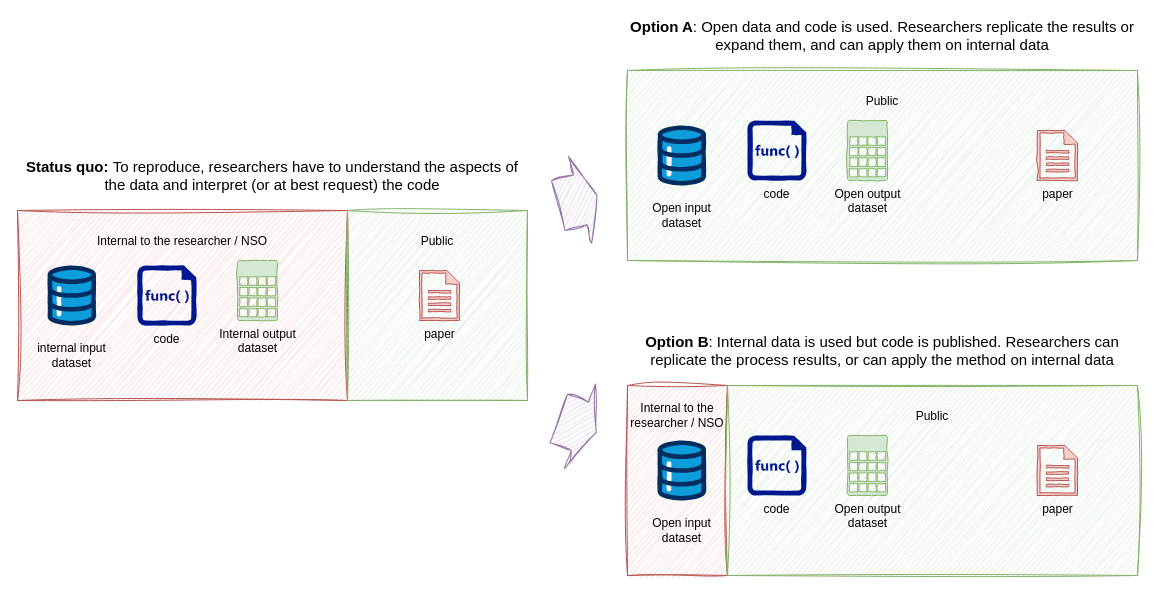
The draw.io diagram docs/images/reserarch-objects.drawio in UN-Task-Team-for-Scanner-Data/reproducibility-project, before the edit. Source tidied: cells renumbered, new cells numbered last; positions are measured from the earlier drawing's top-left corner, leaving out a move shared by most shapes. Both pictures are drawn from the tidied source at 100%, with x=0, y=0 at pixel (17, 20).
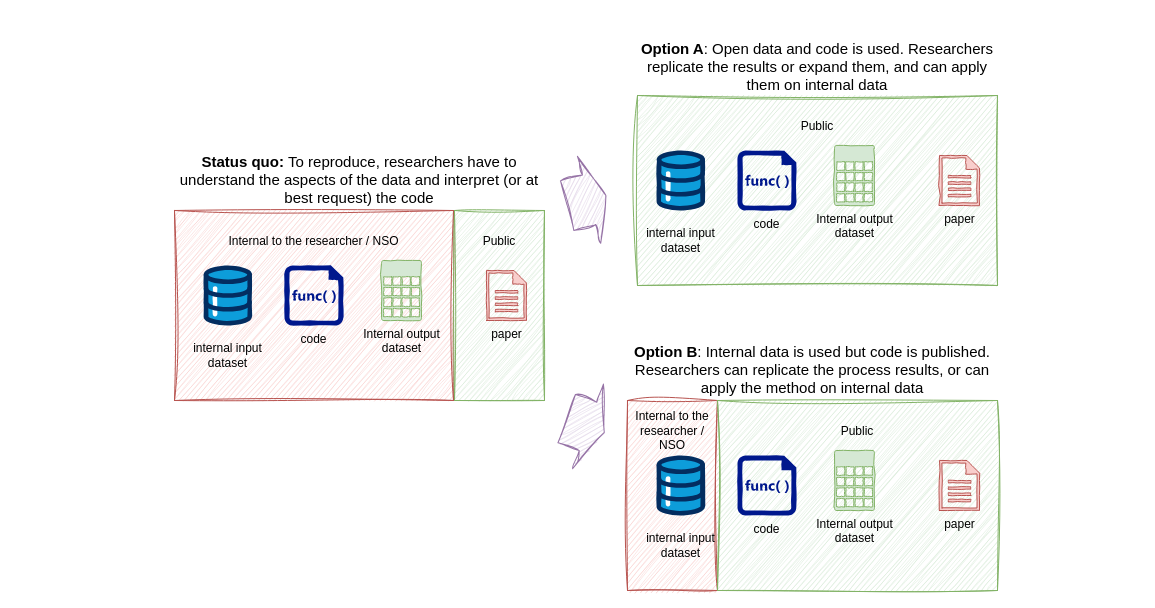
The same diagram, later.

The edit, as a diff of the source:
```diff
@@
-    <mxCell id="2" value="Internal to the researcher / NSO&lt;div&gt;&lt;br&gt;&lt;/div&gt;&lt;div&gt;&lt;br&gt;&lt;/div&gt;&lt;div&gt;&lt;br&gt;&lt;/div&gt;&lt;div&gt;&lt;br&gt;&lt;/div&gt;&lt;div&gt;&lt;br&gt;&lt;/div&gt;&lt;div&gt;&lt;br&gt;&lt;/div&gt;&lt;div&gt;&lt;br&gt;&lt;/div&gt;&lt;div&gt;&lt;br&gt;&lt;/div&gt;&lt;div&gt;&lt;br&gt;&lt;/div&gt;" style="rounded=0;whiteSpace=wrap;html=1;fillColor=#f8cecc;strokeColor=#b85450;sketch=1;curveFitting=1;jiggle=2;sketchStyle=rough;" parent="1" vertex="1">
-      <mxGeometry x="610" y="365" width="100" height="190" as="geometry" />
-    </mxCell>
     <mxCell id="3" value="Internal to the researcher / NSO&lt;div&gt;&lt;br&gt;&lt;/div&gt;&lt;div&gt;&lt;br&gt;&lt;/div&gt;&lt;div&gt;&lt;br&gt;&lt;/div&gt;&lt;div&gt;&lt;br&gt;&lt;/div&gt;&lt;div&gt;&lt;br&gt;&lt;/div&gt;&lt;div&gt;&lt;br&gt;&lt;/div&gt;&lt;div&gt;&lt;br&gt;&lt;/div&gt;&lt;div&gt;&lt;br&gt;&lt;/div&gt;&lt;div&gt;&lt;br&gt;&lt;/div&gt;" style="rounded=0;whiteSpace=wrap;html=1;fillColor=#f8cecc;strokeColor=#b85450;sketch=1;curveFitting=1;jiggle=2;sketchStyle=rough;" parent="1" vertex="1">
-      <mxGeometry y="190" width="330" height="190" as="geometry" />
+      <mxGeometry x="157" y="190" width="279" height="190" as="geometry" />
     </mxCell>
     <mxCell id="4" value="Public&lt;div&gt;&lt;br&gt;&lt;/div&gt;&lt;div&gt;&lt;br&gt;&lt;/div&gt;&lt;div&gt;&lt;br&gt;&lt;/div&gt;&lt;div&gt;&lt;br&gt;&lt;/div&gt;&lt;div&gt;&lt;br&gt;&lt;/div&gt;&lt;div&gt;&lt;br&gt;&lt;/div&gt;&lt;div&gt;&lt;br&gt;&lt;/div&gt;&lt;div&gt;&lt;br&gt;&lt;/div&gt;&lt;div&gt;&lt;br&gt;&lt;/div&gt;" style="rounded=0;whiteSpace=wrap;html=1;fillColor=#d5e8d4;strokeColor=#82b366;sketch=1;curveFitting=1;jiggle=2;sketchStyle=rough;" parent="1" vertex="1">
-      <mxGeometry x="330" y="190" width="180" height="190" as="geometry" />
+      <mxGeometry x="437" y="190" width="90" height="190" as="geometry" />
     </mxCell>
     <mxCell id="5" value="paper" style="shadow=0;dashed=0;html=1;strokeColor=#b85450;labelPosition=center;verticalLabelPosition=bottom;verticalAlign=top;align=center;fillColor=#f8cecc;shape=mxgraph.mscae.enterprise.document;sketch=1;curveFitting=1;jiggle=2;sketchStyle=comic;" parent="1" vertex="1">
-      <mxGeometry x="402" y="250" width="40" height="50" as="geometry" />
+      <mxGeometry x="469" y="250" width="40" height="50" as="geometry" />
     </mxCell>
     <mxCell id="6" value="code" style="shadow=0;dashed=0;html=1;strokeColor=none;labelPosition=center;verticalLabelPosition=bottom;verticalAlign=top;align=center;fillColor=#00188D;shape=mxgraph.mscae.enterprise.code_file;sketch=1;curveFitting=1;jiggle=2;sketchStyle=comic;" parent="1" vertex="1">
-      <mxGeometry x="120" y="245" width="58.8" height="60" as="geometry" />
+      <mxGeometry x="267" y="245" width="58.8" height="60" as="geometry" />
     </mxCell>
     <mxCell id="7" value="internal input &lt;br&gt;dataset" style="verticalLabelPosition=bottom;html=1;shape=mxgraph.salesforce.data;sketch=1;curveFitting=1;jiggle=2;sketchStyle=comic;" parent="1" vertex="1">
-      <mxGeometry x="30" y="245" width="48.6" height="60" as="geometry" />
+      <mxGeometry x="186" y="245" width="48.6" height="60" as="geometry" />
     </mxCell>
     <mxCell id="8" value="Internal output &lt;br&gt;dataset" style="verticalLabelPosition=bottom;html=1;verticalAlign=top;align=center;strokeColor=#82b366;fillColor=#d5e8d4;shape=mxgraph.azure.storage;sketch=1;curveFitting=1;jiggle=2;sketchStyle=comic;" parent="1" vertex="1">
-      <mxGeometry x="220" y="240" width="40" height="60" as="geometry" />
+      <mxGeometry x="364" y="240" width="40" height="60" as="geometry" />
     </mxCell>
-    <mxCell id="9" value="Public&lt;div&gt;&lt;br&gt;&lt;/div&gt;&lt;div&gt;&lt;br&gt;&lt;/div&gt;&lt;div&gt;&lt;br&gt;&lt;/div&gt;&lt;div&gt;&lt;br&gt;&lt;/div&gt;&lt;div&gt;&lt;br&gt;&lt;/div&gt;&lt;div&gt;&lt;br&gt;&lt;/div&gt;&lt;div&gt;&lt;br&gt;&lt;/div&gt;&lt;div&gt;&lt;br&gt;&lt;/div&gt;&lt;div&gt;&lt;br&gt;&lt;/div&gt;" style="rounded=0;whiteSpace=wrap;html=1;fillColor=#d5e8d4;strokeColor=#82b366;sketch=1;curveFitting=1;jiggle=2;sketchStyle=rough;" parent="1" vertex="1">
-      <mxGeometry x="610" y="50" width="510" height="190" as="geometry" />
-    </mxCell>
-    <mxCell id="10" value="paper" style="shadow=0;dashed=0;html=1;strokeColor=#b85450;labelPosition=center;verticalLabelPosition=bottom;verticalAlign=top;align=center;fillColor=#f8cecc;shape=mxgraph.mscae.enterprise.document;sketch=1;curveFitting=1;jiggle=2;sketchStyle=comic;" parent="1" vertex="1">
-      <mxGeometry x="1020" y="110" width="40" height="50" as="geometry" />
-    </mxCell>
-    <mxCell id="11" value="code" style="shadow=0;dashed=0;html=1;strokeColor=none;labelPosition=center;verticalLabelPosition=bottom;verticalAlign=top;align=center;fillColor=#00188D;shape=mxgraph.mscae.enterprise.code_file;sketch=1;curveFitting=1;jiggle=2;sketchStyle=comic;" parent="1" vertex="1">
-      <mxGeometry x="730" y="100" width="58.8" height="60" as="geometry" />
-    </mxCell>
-    <mxCell id="12" value="Open input &lt;br&gt;dataset" style="verticalLabelPosition=bottom;html=1;shape=mxgraph.salesforce.data;sketch=1;curveFitting=1;jiggle=2;sketchStyle=comic;" parent="1" vertex="1">
-      <mxGeometry x="640" y="105" width="48.6" height="60" as="geometry" />
-    </mxCell>
-    <mxCell id="13" value="Open output &lt;br&gt;dataset" style="verticalLabelPosition=bottom;html=1;verticalAlign=top;align=center;strokeColor=#82b366;fillColor=#d5e8d4;shape=mxgraph.azure.storage;sketch=1;curveFitting=1;jiggle=2;sketchStyle=comic;" parent="1" vertex="1">
-      <mxGeometry x="830" y="100" width="40" height="60" as="geometry" />
-    </mxCell>
     <mxCell id="14" style="shape=singleArrow;whiteSpace=wrap;html=1;arrowWidth=0.5703708224826389;arrowSize=0.433331298828125;fillColor=#e1d5e7;strokeColor=#9673a6;sketch=1;curveFitting=1;jiggle=2;sketchStyle=rough;rotation=-15;" parent="1" vertex="1">
-      <mxGeometry x="540" y="135" width="40" height="90" as="geometry" />
+      <mxGeometry x="549" y="135" width="40" height="90" as="geometry" />
     </mxCell>
     <mxCell id="15" value="&lt;b&gt;Status quo: &lt;/b&gt;To reproduce, researchers have to understand the aspects of the data and interpret (or at best request) the code" style="text;html=1;align=center;verticalAlign=middle;whiteSpace=wrap;rounded=0;fontSize=15;" parent="1" vertex="1">
-      <mxGeometry y="140" width="510" height="30" as="geometry" />
+      <mxGeometry x="157" y="134" width="370" height="50" as="geometry" />
     </mxCell>
     <mxCell id="16" value="&lt;b&gt;Option A&lt;/b&gt;: Open data and code is used. Researchers replicate the results or expand them, and can apply them on internal data" style="text;html=1;align=center;verticalAlign=middle;whiteSpace=wrap;rounded=0;fontSize=15;" parent="1" vertex="1">
-      <mxGeometry x="610" width="510" height="30" as="geometry" />
+      <mxGeometry x="620" y="20" width="360" height="51" as="geometry" />
     </mxCell>
-    <mxCell id="17" value="Public&lt;div&gt;&lt;br&gt;&lt;/div&gt;&lt;div&gt;&lt;br&gt;&lt;/div&gt;&lt;div&gt;&lt;br&gt;&lt;/div&gt;&lt;div&gt;&lt;br&gt;&lt;/div&gt;&lt;div&gt;&lt;br&gt;&lt;/div&gt;&lt;div&gt;&lt;br&gt;&lt;/div&gt;&lt;div&gt;&lt;br&gt;&lt;/div&gt;&lt;div&gt;&lt;br&gt;&lt;/div&gt;&lt;div&gt;&lt;br&gt;&lt;/div&gt;" style="rounded=0;whiteSpace=wrap;html=1;fillColor=#d5e8d4;strokeColor=#82b366;sketch=1;curveFitting=1;jiggle=2;sketchStyle=rough;" parent="1" vertex="1">
-      <mxGeometry x="710" y="365" width="410" height="190" as="geometry" />
-    </mxCell>
-    <mxCell id="18" value="paper" style="shadow=0;dashed=0;html=1;strokeColor=#b85450;labelPosition=center;verticalLabelPosition=bottom;verticalAlign=top;align=center;fillColor=#f8cecc;shape=mxgraph.mscae.enterprise.document;sketch=1;curveFitting=1;jiggle=2;sketchStyle=comic;" parent="1" vertex="1">
-      <mxGeometry x="1020" y="425" width="40" height="50" as="geometry" />
-    </mxCell>
-    <mxCell id="19" value="code" style="shadow=0;dashed=0;html=1;strokeColor=none;labelPosition=center;verticalLabelPosition=bottom;verticalAlign=top;align=center;fillColor=#00188D;shape=mxgraph.mscae.enterprise.code_file;sketch=1;curveFitting=1;jiggle=2;sketchStyle=comic;" parent="1" vertex="1">
-      <mxGeometry x="730" y="415" width="58.8" height="60" as="geometry" />
-    </mxCell>
-    <mxCell id="20" value="Open input &lt;br&gt;dataset" style="verticalLabelPosition=bottom;html=1;shape=mxgraph.salesforce.data;sketch=1;curveFitting=1;jiggle=2;sketchStyle=comic;" parent="1" vertex="1">
-      <mxGeometry x="640" y="420" width="48.6" height="60" as="geometry" />
-    </mxCell>
-    <mxCell id="21" value="Open output &lt;br&gt;dataset" style="verticalLabelPosition=bottom;html=1;verticalAlign=top;align=center;strokeColor=#82b366;fillColor=#d5e8d4;shape=mxgraph.azure.storage;sketch=1;curveFitting=1;jiggle=2;sketchStyle=comic;" parent="1" vertex="1">
-      <mxGeometry x="830" y="415" width="40" height="60" as="geometry" />
-    </mxCell>
     <mxCell id="22" value="&lt;b&gt;Option B&lt;/b&gt;: Internal data is used but code is published. Researchers can replicate the process results, or can apply the method on internal data" style="text;html=1;align=center;verticalAlign=middle;whiteSpace=wrap;rounded=0;fontSize=15;" parent="1" vertex="1">
-      <mxGeometry x="610" y="315" width="510" height="30" as="geometry" />
+      <mxGeometry x="610" y="319" width="370" height="60" as="geometry" />
     </mxCell>
     <mxCell id="23" style="shape=singleArrow;whiteSpace=wrap;html=1;arrowWidth=0.5703708224826389;arrowSize=0.433331298828125;fillColor=#e1d5e7;strokeColor=#9673a6;sketch=1;curveFitting=1;jiggle=2;sketchStyle=rough;rotation=20;" parent="1" vertex="1">
-      <mxGeometry x="540" y="360" width="40" height="90" as="geometry" />
+      <mxGeometry x="548" y="360" width="40" height="90" as="geometry" />
     </mxCell>
+    <mxCell id="24" value="Public&lt;div&gt;&lt;br&gt;&lt;/div&gt;&lt;div&gt;&lt;br&gt;&lt;/div&gt;&lt;div&gt;&lt;br&gt;&lt;/div&gt;&lt;div&gt;&lt;br&gt;&lt;/div&gt;&lt;div&gt;&lt;br&gt;&lt;/div&gt;&lt;div&gt;&lt;br&gt;&lt;/div&gt;&lt;div&gt;&lt;br&gt;&lt;/div&gt;&lt;div&gt;&lt;br&gt;&lt;/div&gt;&lt;div&gt;&lt;br&gt;&lt;/div&gt;" style="rounded=0;whiteSpace=wrap;html=1;fillColor=#d5e8d4;strokeColor=#82b366;sketch=1;curveFitting=1;jiggle=2;sketchStyle=rough;" parent="1" vertex="1">
+      <mxGeometry x="620" y="75" width="360" height="190" as="geometry" />
+    </mxCell>
+    <mxCell id="25" value="paper" style="shadow=0;dashed=0;html=1;strokeColor=#b85450;labelPosition=center;verticalLabelPosition=bottom;verticalAlign=top;align=center;fillColor=#f8cecc;shape=mxgraph.mscae.enterprise.document;sketch=1;curveFitting=1;jiggle=2;sketchStyle=comic;" parent="1" vertex="1">
+      <mxGeometry x="922" y="135" width="40" height="50" as="geometry" />
+    </mxCell>
+    <mxCell id="26" value="code" style="shadow=0;dashed=0;html=1;strokeColor=none;labelPosition=center;verticalLabelPosition=bottom;verticalAlign=top;align=center;fillColor=#00188D;shape=mxgraph.mscae.enterprise.code_file;sketch=1;curveFitting=1;jiggle=2;sketchStyle=comic;" parent="1" vertex="1">
+      <mxGeometry x="720" y="130" width="58.8" height="60" as="geometry" />
+    </mxCell>
+    <mxCell id="27" value="internal input &lt;br&gt;dataset" style="verticalLabelPosition=bottom;html=1;shape=mxgraph.salesforce.data;sketch=1;curveFitting=1;jiggle=2;sketchStyle=comic;" parent="1" vertex="1">
+      <mxGeometry x="639" y="130" width="48.6" height="60" as="geometry" />
+    </mxCell>
+    <mxCell id="28" value="Internal output &lt;br&gt;dataset" style="verticalLabelPosition=bottom;html=1;verticalAlign=top;align=center;strokeColor=#82b366;fillColor=#d5e8d4;shape=mxgraph.azure.storage;sketch=1;curveFitting=1;jiggle=2;sketchStyle=comic;" parent="1" vertex="1">
+      <mxGeometry x="817" y="125" width="40" height="60" as="geometry" />
+    </mxCell>
+    <mxCell id="2" value="Internal to the researcher / NSO&lt;div&gt;&lt;br&gt;&lt;/div&gt;&lt;div&gt;&lt;br&gt;&lt;/div&gt;&lt;div&gt;&lt;br&gt;&lt;/div&gt;&lt;div&gt;&lt;br&gt;&lt;/div&gt;&lt;div&gt;&lt;br&gt;&lt;/div&gt;&lt;div&gt;&lt;br&gt;&lt;/div&gt;&lt;div&gt;&lt;br&gt;&lt;/div&gt;&lt;div&gt;&lt;br&gt;&lt;/div&gt;&lt;div&gt;&lt;br&gt;&lt;/div&gt;" style="rounded=0;whiteSpace=wrap;html=1;fillColor=#f8cecc;strokeColor=#b85450;sketch=1;curveFitting=1;jiggle=2;sketchStyle=rough;" parent="1" vertex="1">
+      <mxGeometry x="610" y="380" width="90" height="190" as="geometry" />
+    </mxCell>
+    <mxCell id="29" value="Public&lt;div&gt;&lt;br&gt;&lt;/div&gt;&lt;div&gt;&lt;br&gt;&lt;/div&gt;&lt;div&gt;&lt;br&gt;&lt;/div&gt;&lt;div&gt;&lt;br&gt;&lt;/div&gt;&lt;div&gt;&lt;br&gt;&lt;/div&gt;&lt;div&gt;&lt;br&gt;&lt;/div&gt;&lt;div&gt;&lt;br&gt;&lt;/div&gt;&lt;div&gt;&lt;br&gt;&lt;/div&gt;&lt;div&gt;&lt;br&gt;&lt;/div&gt;" style="rounded=0;whiteSpace=wrap;html=1;fillColor=#d5e8d4;strokeColor=#82b366;sketch=1;curveFitting=1;jiggle=2;sketchStyle=rough;shadow=0;glass=0;" parent="1" vertex="1">
+      <mxGeometry x="700" y="380" width="280" height="190" as="geometry" />
+    </mxCell>
+    <mxCell id="30" value="paper" style="shadow=0;dashed=0;html=1;strokeColor=#b85450;labelPosition=center;verticalLabelPosition=bottom;verticalAlign=top;align=center;fillColor=#f8cecc;shape=mxgraph.mscae.enterprise.document;sketch=1;curveFitting=1;jiggle=2;sketchStyle=comic;" parent="1" vertex="1">
+      <mxGeometry x="922" y="440" width="40" height="50" as="geometry" />
+    </mxCell>
+    <mxCell id="31" value="code" style="shadow=0;dashed=0;html=1;strokeColor=none;labelPosition=center;verticalLabelPosition=bottom;verticalAlign=top;align=center;fillColor=#00188D;shape=mxgraph.mscae.enterprise.code_file;sketch=1;curveFitting=1;jiggle=2;sketchStyle=comic;" parent="1" vertex="1">
+      <mxGeometry x="720" y="435" width="58.8" height="60" as="geometry" />
+    </mxCell>
+    <mxCell id="32" value="internal input &lt;br&gt;dataset" style="verticalLabelPosition=bottom;html=1;shape=mxgraph.salesforce.data;sketch=1;curveFitting=1;jiggle=2;sketchStyle=comic;" parent="1" vertex="1">
+      <mxGeometry x="639" y="435" width="48.6" height="60" as="geometry" />
+    </mxCell>
+    <mxCell id="33" value="Internal output &lt;br&gt;dataset" style="verticalLabelPosition=bottom;html=1;verticalAlign=top;align=center;strokeColor=#82b366;fillColor=#d5e8d4;shape=mxgraph.azure.storage;sketch=1;curveFitting=1;jiggle=2;sketchStyle=comic;" parent="1" vertex="1">
+      <mxGeometry x="817" y="430" width="40" height="60" as="geometry" />
+    </mxCell>
```
